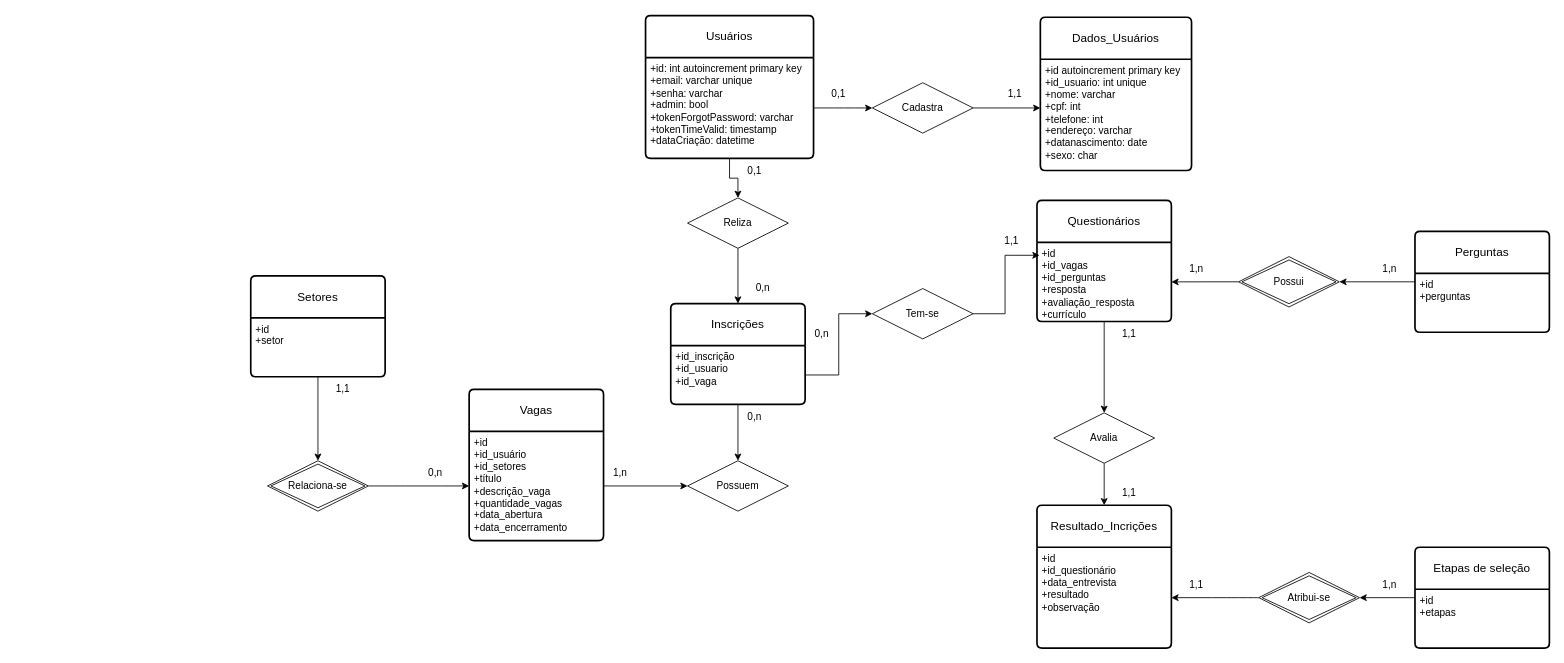
The draw.io diagram Diagrama Modelo Relacional.drawio in ExtraProjects860/Project-Selection-Process-Control, before the edit. Source tidied: cells renumbered, new cells numbered last; positions are measured from the earlier drawing's top-left corner, leaving out a move shared by most shapes. Both pictures are drawn from the tidied source at 84%, with x=0, y=0 at pixel (250, 15).
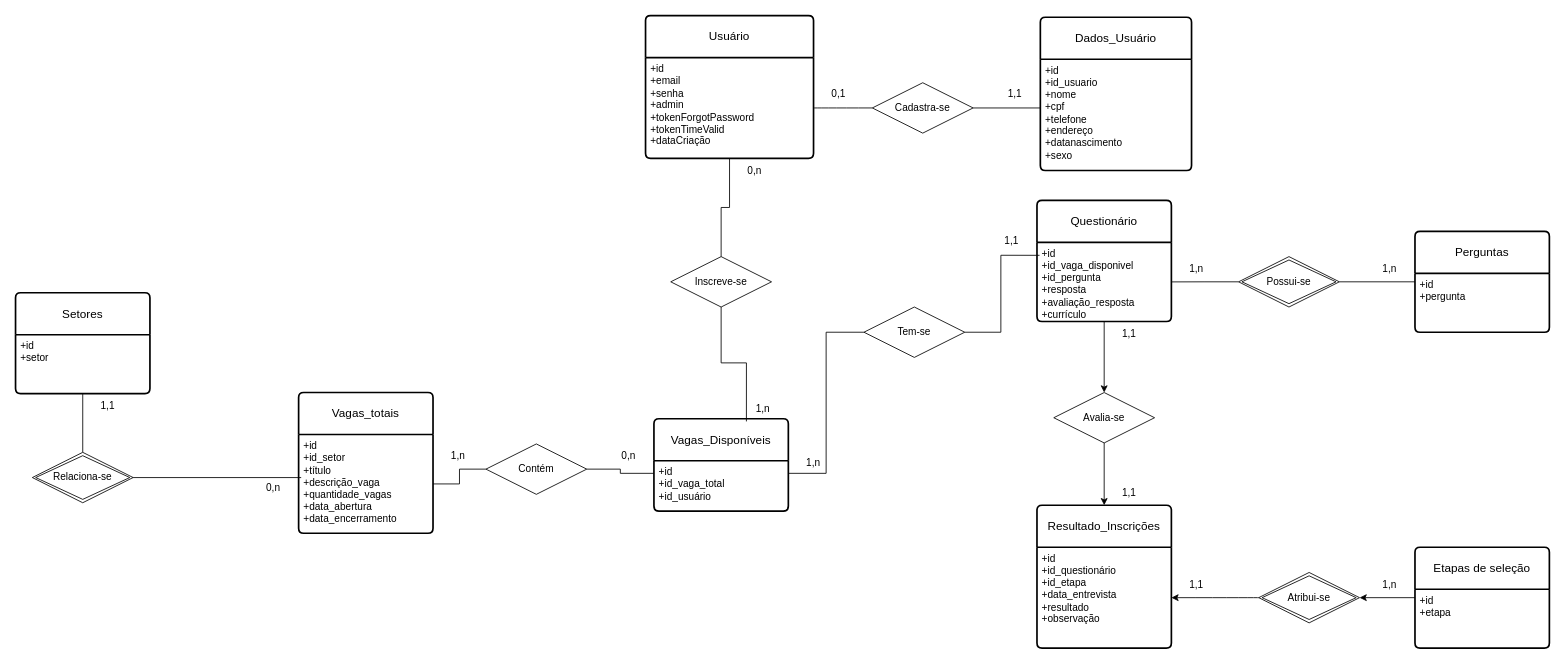
Above is the later version.

The change refers to these unchanged cells:
```xml
<mxCell id="7" value="Etapas de seleção" style="swimlane;horizontal=1;startSize=50;rounded=1;fontSize=14;fontStyle=0;strokeWidth=2;shadow=0;dashed=0;align=center;arcSize=4;whiteSpace=wrap;html=1;" parent="1" vertex="1">
  <mxGeometry x="1386" y="633" width="160" height="120" as="geometry" />
</mxCell>
<mxCell id="10" value="+id&lt;br&gt;&lt;div&gt;+setor&lt;/div&gt;" style="align=left;strokeColor=none;fillColor=none;spacingLeft=4;fontSize=12;verticalAlign=top;html=1;" parent="9" vertex="1">
  <mxGeometry y="50" width="160" height="70" as="geometry" />
</mxCell>
<mxCell id="20" value="Perguntas" style="swimlane;horizontal=1;startSize=50;rounded=1;fontSize=14;fontStyle=0;strokeWidth=2;shadow=0;dashed=0;align=center;arcSize=4;whiteSpace=wrap;html=1;" parent="1" vertex="1">
  <mxGeometry x="1386" y="257" width="160" height="120" as="geometry" />
</mxCell>
```

What changed in the source:
```diff
@@
-    <mxCell id="2" value="Usuários" style="swimlane;horizontal=1;startSize=50;rounded=1;fontSize=14;fontStyle=0;strokeWidth=2;shadow=0;dashed=0;align=center;arcSize=4;whiteSpace=wrap;html=1;" parent="1" vertex="1">
+    <mxCell id="2" value="Usuário" style="swimlane;horizontal=1;startSize=50;rounded=1;fontSize=14;fontStyle=0;strokeWidth=2;shadow=0;dashed=0;align=center;arcSize=4;whiteSpace=wrap;html=1;" parent="1" vertex="1">
       <mxGeometry x="470" width="200" height="170" as="geometry" />
     </mxCell>
-    <mxCell id="3" value="+id: int autoincrement primary key&lt;br&gt;+email: varchar unique&lt;br&gt;+senha: varchar&lt;div&gt;+admin: bool&lt;/div&gt;&lt;div&gt;+tokenForgotPassword: varchar&lt;/div&gt;&lt;div&gt;+tokenTimeValid: timestamp&lt;/div&gt;&lt;div&gt;+dataCriação: datetime&lt;/div&gt;" style="align=left;strokeColor=none;fillColor=none;spacingLeft=4;fontSize=12;verticalAlign=top;html=1;" parent="2" vertex="1">
+    <mxCell id="3" value="+id&lt;br&gt;+email&lt;br&gt;+senha&lt;div&gt;+admin&lt;/div&gt;&lt;div&gt;+tokenForgotPassword&lt;/div&gt;&lt;div&gt;+tokenTimeValid&lt;/div&gt;&lt;div&gt;+dataCriação&lt;/div&gt;" style="align=left;strokeColor=none;fillColor=none;spacingLeft=4;fontSize=12;verticalAlign=top;html=1;" parent="2" vertex="1">
       <mxGeometry y="50" width="200" height="120" as="geometry" />
     </mxCell>
-    <mxCell id="4" value="Dados_Usuários" style="swimlane;horizontal=1;startSize=50;rounded=1;fontSize=14;fontStyle=0;strokeWidth=2;shadow=0;dashed=0;align=center;arcSize=4;whiteSpace=wrap;html=1;" parent="1" vertex="1">
+    <mxCell id="4" value="Dados_Usuário" style="swimlane;horizontal=1;startSize=50;rounded=1;fontSize=14;fontStyle=0;strokeWidth=2;shadow=0;dashed=0;align=center;arcSize=4;whiteSpace=wrap;html=1;" parent="1" vertex="1">
       <mxGeometry x="940" y="2" width="180" height="182.5" as="geometry" />
     </mxCell>
-    <mxCell id="5" value="&lt;div&gt;+id&amp;nbsp;&lt;span style=&quot;background-color: initial;&quot;&gt;autoincrement primary key&lt;/span&gt;&lt;/div&gt;&lt;div&gt;+id_usuario: int unique&lt;/div&gt;+nome: varchar&lt;div&gt;+cpf: int&lt;br&gt;&lt;div&gt;+telefone: int&lt;/div&gt;&lt;div&gt;+endereço: varchar&lt;/div&gt;&lt;div&gt;+datanascimento: date&lt;/div&gt;&lt;/div&gt;&lt;div&gt;+sexo: char&lt;/div&gt;" style="align=left;strokeColor=none;fillColor=none;spacingLeft=4;fontSize=12;verticalAlign=top;html=1;" parent="4" vertex="1">
+    <mxCell id="5" value="&lt;div&gt;+id&lt;/div&gt;&lt;div&gt;+id_usuario&lt;/div&gt;+nome&lt;div&gt;+cpf&lt;br&gt;&lt;div&gt;+telefone&lt;/div&gt;&lt;div&gt;+endereço&lt;/div&gt;&lt;div&gt;+datanascimento&lt;/div&gt;&lt;/div&gt;&lt;div&gt;+sexo&lt;/div&gt;" style="align=left;strokeColor=none;fillColor=none;spacingLeft=4;fontSize=12;verticalAlign=top;html=1;" parent="4" vertex="1">
       <mxGeometry y="50" width="180" height="132.5" as="geometry" />
     </mxCell>
@@
-    <mxCell id="8" value="+id&lt;br&gt;+etapas" style="align=left;strokeColor=none;fillColor=none;spacingLeft=4;fontSize=12;verticalAlign=top;html=1;" parent="7" vertex="1">
+    <mxCell id="8" value="+id&lt;br&gt;+etapa" style="align=left;strokeColor=none;fillColor=none;spacingLeft=4;fontSize=12;verticalAlign=top;html=1;" parent="7" vertex="1">
       <mxGeometry y="50" width="160" height="70" as="geometry" />
     </mxCell>
     <mxCell id="9" value="Setores" style="swimlane;horizontal=1;startSize=50;rounded=1;fontSize=14;fontStyle=0;strokeWidth=2;shadow=0;dashed=0;align=center;arcSize=4;whiteSpace=wrap;html=1;" parent="1" vertex="1">
-      <mxGeometry y="310" width="160" height="120" as="geometry" />
+      <mxGeometry x="-280" y="330" width="160" height="120" as="geometry" />
     </mxCell>
@@
-    <mxCell id="11" value="Vagas" style="swimlane;horizontal=1;startSize=50;rounded=1;fontSize=14;fontStyle=0;strokeWidth=2;shadow=0;dashed=0;align=center;arcSize=4;whiteSpace=wrap;html=1;" parent="1" vertex="1">
-      <mxGeometry x="260" y="445" width="160" height="180" as="geometry" />
+    <mxCell id="11" value="Vagas_Disponíveis" style="swimlane;horizontal=1;startSize=50;rounded=1;fontSize=14;fontStyle=0;strokeWidth=2;shadow=0;dashed=0;align=center;arcSize=4;whiteSpace=wrap;html=1;" parent="1" vertex="1">
+      <mxGeometry x="480" y="480" width="160" height="110" as="geometry" />
     </mxCell>
-    <mxCell id="12" value="+id&lt;div&gt;+id_usuário&lt;br&gt;&lt;div&gt;+id_setores&lt;/div&gt;&lt;div&gt;+título&lt;/div&gt;&lt;div&gt;+descrição_vaga&lt;/div&gt;&lt;div&gt;+quantidade_vagas&lt;/div&gt;&lt;div&gt;+data_abertura&lt;/div&gt;&lt;div&gt;+data_encerramento&lt;/div&gt;&lt;/div&gt;" style="align=left;strokeColor=none;fillColor=none;spacingLeft=4;fontSize=12;verticalAlign=top;html=1;" parent="11" vertex="1">
-      <mxGeometry y="50" width="160" height="130" as="geometry" />
+    <mxCell id="12" value="+id&lt;div&gt;+id_vaga_total&lt;br&gt;&lt;div&gt;+id_usuário&lt;br&gt;&lt;div&gt;&lt;br&gt;&lt;/div&gt;&lt;/div&gt;&lt;/div&gt;" style="align=left;strokeColor=none;fillColor=none;spacingLeft=4;fontSize=12;verticalAlign=top;html=1;" parent="11" vertex="1">
+      <mxGeometry y="50" width="160" height="60" as="geometry" />
     </mxCell>
-    <mxCell id="13" value="Resultado_Incrições" style="swimlane;horizontal=1;startSize=50;rounded=1;fontSize=14;fontStyle=0;strokeWidth=2;shadow=0;dashed=0;align=center;arcSize=4;whiteSpace=wrap;html=1;" parent="1" vertex="1">
+    <mxCell id="13" value="Resultado_Inscrições" style="swimlane;horizontal=1;startSize=50;rounded=1;fontSize=14;fontStyle=0;strokeWidth=2;shadow=0;dashed=0;align=center;arcSize=4;whiteSpace=wrap;html=1;" parent="1" vertex="1">
       <mxGeometry x="936" y="583" width="160" height="170" as="geometry" />
     </mxCell>
-    <mxCell id="14" value="+id&lt;div&gt;+id_questionário&lt;/div&gt;&lt;div&gt;&lt;span style=&quot;background-color: initial;&quot;&gt;+data_entrevista&lt;/span&gt;&lt;/div&gt;&lt;div&gt;&lt;span style=&quot;background-color: initial;&quot;&gt;+resultado&lt;/span&gt;&lt;/div&gt;&lt;div&gt;+observação&lt;/div&gt;" style="align=left;strokeColor=none;fillColor=none;spacingLeft=4;fontSize=12;verticalAlign=top;html=1;" parent="13" vertex="1">
+    <mxCell id="14" value="+id&lt;div&gt;+id_questionário&lt;/div&gt;&lt;div&gt;+id_etapa&lt;/div&gt;&lt;div&gt;&lt;span style=&quot;background-color: initial;&quot;&gt;+data_entrevista&lt;/span&gt;&lt;/div&gt;&lt;div&gt;&lt;span style=&quot;background-color: initial;&quot;&gt;+resultado&lt;/span&gt;&lt;/div&gt;&lt;div&gt;+observação&lt;/div&gt;" style="align=left;strokeColor=none;fillColor=none;spacingLeft=4;fontSize=12;verticalAlign=top;html=1;" parent="13" vertex="1">
       <mxGeometry y="50" width="160" height="120" as="geometry" />
     </mxCell>
-    <mxCell id="15" style="edgeStyle=orthogonalEdgeStyle;rounded=0;jettySize=auto;html=1;curved=1;" parent="1" edge="1" source="23" target="12">
-      <mxGeometry relative="1" as="geometry" />
-    </mxCell>
@@
-    <mxCell id="17" value="Questionários" style="swimlane;horizontal=1;startSize=50;rounded=1;fontSize=14;fontStyle=0;strokeWidth=2;shadow=0;dashed=0;align=center;arcSize=4;whiteSpace=wrap;html=1;" parent="1" vertex="1">
+    <mxCell id="17" value="Questionário" style="swimlane;horizontal=1;startSize=50;rounded=1;fontSize=14;fontStyle=0;strokeWidth=2;shadow=0;dashed=0;align=center;arcSize=4;whiteSpace=wrap;html=1;" parent="1" vertex="1">
       <mxGeometry x="936" y="220" width="160" height="144.2" as="geometry" />
     </mxCell>
-    <mxCell id="18" value="+id&lt;div&gt;+id_vagas&lt;br&gt;+id_perguntas&lt;/div&gt;&lt;div&gt;+resposta&lt;/div&gt;&lt;div&gt;+avaliação_resposta&lt;br&gt;&lt;div&gt;+currículo&lt;/div&gt;&lt;/div&gt;" style="align=left;strokeColor=none;fillColor=none;spacingLeft=4;fontSize=12;verticalAlign=top;html=1;" parent="17" vertex="1">
+    <mxCell id="18" value="+id&lt;div&gt;+id_vaga_disponivel&lt;br&gt;+id_pergunta&lt;/div&gt;&lt;div&gt;+resposta&lt;/div&gt;&lt;div&gt;+avaliação_resposta&lt;br&gt;&lt;div&gt;+currículo&lt;/div&gt;&lt;/div&gt;" style="align=left;strokeColor=none;fillColor=none;spacingLeft=4;fontSize=12;verticalAlign=top;html=1;" parent="17" vertex="1">
       <mxGeometry y="50" width="160" height="94.2" as="geometry" />
     </mxCell>
-    <mxCell id="19" style="edgeStyle=orthogonalEdgeStyle;rounded=0;jettySize=auto;html=1;" parent="1" edge="1" source="20" target="25">
+    <mxCell id="19" style="edgeStyle=orthogonalEdgeStyle;rounded=0;jettySize=auto;html=1;endArrow=none;endFill=0;" parent="1" edge="1" source="20" target="25">
       <mxGeometry relative="1" as="geometry" />
     </mxCell>
@@
-    <mxCell id="21" value="+id&lt;br&gt;+perguntas&lt;div&gt;&lt;br/&gt;&lt;/div&gt;" style="align=left;strokeColor=none;fillColor=none;spacingLeft=4;fontSize=12;verticalAlign=top;html=1;" parent="20" vertex="1">
+    <mxCell id="21" value="+id&lt;br&gt;+pergunta&lt;div&gt;&lt;br&gt;&lt;/div&gt;" style="align=left;strokeColor=none;fillColor=none;spacingLeft=4;fontSize=12;verticalAlign=top;html=1;" parent="20" vertex="1">
       <mxGeometry y="50" width="160" height="70" as="geometry" />
     </mxCell>
-    <mxCell id="22" style="edgeStyle=orthogonalEdgeStyle;rounded=0;jettySize=auto;html=1;" parent="1" edge="1" source="10" target="23">
+    <mxCell id="22" style="edgeStyle=orthogonalEdgeStyle;rounded=0;jettySize=auto;html=1;endArrow=none;endFill=0;" parent="1" edge="1" source="10" target="23">
       <mxGeometry relative="1" as="geometry" />
     </mxCell>
     <mxCell id="23" value="Relaciona-se" style="shape=rhombus;double=1;perimeter=rhombusPerimeter;whiteSpace=wrap;html=1;align=center;" parent="1" vertex="1">
-      <mxGeometry x="20" y="530" width="120" height="60" as="geometry" />
+      <mxGeometry x="-260" y="520" width="120" height="60" as="geometry" />
     </mxCell>
-    <mxCell id="24" style="edgeStyle=orthogonalEdgeStyle;rounded=0;jettySize=auto;html=1;" parent="1" edge="1" source="25" target="18">
+    <mxCell id="24" style="edgeStyle=orthogonalEdgeStyle;rounded=0;jettySize=auto;html=1;endArrow=none;endFill=0;" parent="1" edge="1" source="25" target="18">
       <mxGeometry relative="1" as="geometry" />
     </mxCell>
-    <mxCell id="25" value="Possui" style="shape=rhombus;double=1;perimeter=rhombusPerimeter;whiteSpace=wrap;html=1;align=center;" parent="1" vertex="1">
+    <mxCell id="25" value="Possui-se" style="shape=rhombus;double=1;perimeter=rhombusPerimeter;whiteSpace=wrap;html=1;align=center;" parent="1" vertex="1">
       <mxGeometry x="1176" y="287" width="120" height="60" as="geometry" />
     </mxCell>
@@
-    <mxCell id="27" value="Cadastra" style="shape=rhombus;perimeter=rhombusPerimeter;whiteSpace=wrap;html=1;align=center;" parent="1" vertex="1">
+    <mxCell id="27" value="Cadastra-se" style="shape=rhombus;perimeter=rhombusPerimeter;whiteSpace=wrap;html=1;align=center;" parent="1" vertex="1">
       <mxGeometry x="740" y="80" width="120" height="60" as="geometry" />
     </mxCell>
-    <mxCell id="28" style="edgeStyle=orthogonalEdgeStyle;rounded=0;jettySize=auto;html=1;entryX=0;entryY=0.5;entryDx=0;entryDy=0;curved=1;" parent="1" edge="1" source="3" target="27">
+    <mxCell id="28" style="edgeStyle=orthogonalEdgeStyle;rounded=0;jettySize=auto;html=1;entryX=0;entryY=0.5;entryDx=0;entryDy=0;curved=1;endArrow=none;endFill=0;" parent="1" edge="1" source="3" target="27">
       <mxGeometry relative="1" as="geometry" />
     </mxCell>
@@
-    <mxCell id="31" style="edgeStyle=orthogonalEdgeStyle;rounded=0;jettySize=auto;html=1;entryX=0;entryY=0.438;entryDx=0;entryDy=0;entryPerimeter=0;" parent="1" edge="1" source="27" target="5">
+    <mxCell id="31" style="edgeStyle=orthogonalEdgeStyle;rounded=0;jettySize=auto;html=1;entryX=0;entryY=0.438;entryDx=0;entryDy=0;entryPerimeter=0;endArrow=none;endFill=0;" parent="1" edge="1" source="27" target="5">
       <mxGeometry relative="1" as="geometry" />
     </mxCell>
     <mxCell id="32" value="0,n" style="text;html=1;align=center;verticalAlign=middle;whiteSpace=wrap;rounded=0;" parent="1" vertex="1">
-      <mxGeometry x="570" y="462.9" width="60" height="30" as="geometry" />
+      <mxGeometry x="570" y="170" width="60" height="30" as="geometry" />
     </mxCell>
+    <mxCell id="60" style="edgeStyle=orthogonalEdgeStyle;rounded=0;jettySize=auto;html=1;entryX=1;entryY=0.25;entryDx=0;entryDy=0;endArrow=none;endFill=0;" parent="1" edge="1" source="33" target="12">
+      <mxGeometry relative="1" as="geometry" />
+    </mxCell>
     <mxCell id="33" value="Tem-se" style="shape=rhombus;perimeter=rhombusPerimeter;whiteSpace=wrap;html=1;align=center;" parent="1" vertex="1">
-      <mxGeometry x="740" y="325" width="120" height="60" as="geometry" />
+      <mxGeometry x="730" y="347" width="120" height="60" as="geometry" />
     </mxCell>
-    <mxCell id="34" style="edgeStyle=orthogonalEdgeStyle;rounded=0;jettySize=auto;html=1;entryX=0.019;entryY=0.164;entryDx=0;entryDy=0;entryPerimeter=0;" parent="1" edge="1" source="33" target="18">
+    <mxCell id="34" style="edgeStyle=orthogonalEdgeStyle;rounded=0;jettySize=auto;html=1;entryX=0.019;entryY=0.164;entryDx=0;entryDy=0;entryPerimeter=0;endArrow=none;endFill=0;" parent="1" edge="1" source="33" target="18">
       <mxGeometry relative="1" as="geometry" />
     </mxCell>
@@
-    <mxCell id="36" value="Avalia" style="shape=rhombus;perimeter=rhombusPerimeter;whiteSpace=wrap;html=1;align=center;" parent="1" vertex="1">
-      <mxGeometry x="956" y="473" width="120" height="60" as="geometry" />
+    <mxCell id="36" value="Avalia-se" style="shape=rhombus;perimeter=rhombusPerimeter;whiteSpace=wrap;html=1;align=center;" parent="1" vertex="1">
+      <mxGeometry x="956" y="448.8" width="120" height="60" as="geometry" />
     </mxCell>
@@
     <mxCell id="39" value="1,1" style="text;html=1;align=center;verticalAlign=middle;whiteSpace=wrap;rounded=0;" parent="1" vertex="1">
-      <mxGeometry x="80" y="430" width="60" height="30" as="geometry" />
+      <mxGeometry x="-200" y="450" width="60" height="30" as="geometry" />
     </mxCell>
-    <mxCell id="40" value="0,n" style="text;html=1;align=center;verticalAlign=middle;whiteSpace=wrap;rounded=0;" parent="1" vertex="1">
-      <mxGeometry x="190" y="530" width="60" height="30" as="geometry" />
-    </mxCell>
@@
-    <mxCell id="47" value="Inscrições" style="swimlane;horizontal=1;startSize=50;rounded=1;fontSize=14;fontStyle=0;strokeWidth=2;shadow=0;dashed=0;align=center;arcSize=4;whiteSpace=wrap;html=1;" parent="1" vertex="1">
-      <mxGeometry x="500" y="342.9" width="160" height="120" as="geometry" />
-    </mxCell>
-    <mxCell id="48" value="&lt;div&gt;+id_inscrição&lt;/div&gt;+id_usuario&lt;br&gt;+id_vaga&lt;div&gt;&lt;br&gt;&lt;/div&gt;" style="align=left;strokeColor=none;fillColor=none;spacingLeft=4;fontSize=12;verticalAlign=top;html=1;" parent="47" vertex="1">
-      <mxGeometry y="50" width="160" height="70" as="geometry" />
-    </mxCell>
-    <mxCell id="49" value="Possuem" style="shape=rhombus;perimeter=rhombusPerimeter;whiteSpace=wrap;html=1;align=center;" parent="1" vertex="1">
-      <mxGeometry x="520" y="530" width="120" height="60" as="geometry" />
-    </mxCell>
-    <mxCell id="50" style="edgeStyle=orthogonalEdgeStyle;rounded=0;jettySize=auto;html=1;entryX=0;entryY=0.5;entryDx=0;entryDy=0;" parent="1" edge="1" source="48" target="33">
-      <mxGeometry relative="1" as="geometry" />
-    </mxCell>
-    <mxCell id="51" style="edgeStyle=orthogonalEdgeStyle;rounded=0;jettySize=auto;html=1;" parent="1" edge="1" source="12" target="49">
-      <mxGeometry relative="1" as="geometry" />
-    </mxCell>
-    <mxCell id="52" style="edgeStyle=orthogonalEdgeStyle;rounded=0;jettySize=auto;html=1;" parent="1" edge="1" source="48" target="49">
-      <mxGeometry relative="1" as="geometry" />
-    </mxCell>
-    <mxCell id="53" value="0,1" style="text;html=1;align=center;verticalAlign=middle;whiteSpace=wrap;rounded=0;" parent="1" vertex="1">
-      <mxGeometry x="570" y="170" width="60" height="30" as="geometry" />
-    </mxCell>
-    <mxCell id="54" value="1,n" style="text;html=1;align=center;verticalAlign=middle;whiteSpace=wrap;rounded=0;" parent="1" vertex="1">
-      <mxGeometry x="410" y="530" width="60" height="30" as="geometry" />
-    </mxCell>
-    <mxCell id="55" style="edgeStyle=orthogonalEdgeStyle;rounded=0;jettySize=auto;html=1;" parent="1" edge="1" source="3" target="57">
-      <mxGeometry relative="1" as="geometry" />
-    </mxCell>
-    <mxCell id="56" style="edgeStyle=orthogonalEdgeStyle;rounded=0;jettySize=auto;html=1;entryX=0.5;entryY=0;entryDx=0;entryDy=0;" parent="1" edge="1" source="57" target="47">
-      <mxGeometry relative="1" as="geometry" />
-    </mxCell>
-    <mxCell id="57" value="Reliza" style="shape=rhombus;perimeter=rhombusPerimeter;whiteSpace=wrap;html=1;align=center;" parent="1" vertex="1">
-      <mxGeometry x="520" y="217.1" width="120" height="60" as="geometry" />
-    </mxCell>
-    <mxCell id="58" value="0,n" style="text;html=1;align=center;verticalAlign=middle;whiteSpace=wrap;rounded=0;" parent="1" vertex="1">
-      <mxGeometry x="650" y="364.2" width="60" height="30" as="geometry" />
-    </mxCell>
-    <mxCell id="59" value="0,n" style="text;html=1;align=center;verticalAlign=middle;whiteSpace=wrap;rounded=0;" parent="1" vertex="1">
-      <mxGeometry x="580" y="310" width="60" height="30" as="geometry" />
-    </mxCell>
+    <mxCell id="61" value="Inscreve-se" style="shape=rhombus;perimeter=rhombusPerimeter;whiteSpace=wrap;html=1;align=center;" parent="1" vertex="1">
+      <mxGeometry x="500" y="287" width="120" height="60" as="geometry" />
+    </mxCell>
+    <mxCell id="62" style="edgeStyle=orthogonalEdgeStyle;rounded=0;jettySize=auto;html=1;entryX=0.688;entryY=0.029;entryDx=0;entryDy=0;entryPerimeter=0;endArrow=none;endFill=0;" parent="1" edge="1" source="61" target="11">
+      <mxGeometry relative="1" as="geometry" />
+    </mxCell>
+    <mxCell id="63" style="edgeStyle=orthogonalEdgeStyle;rounded=0;jettySize=auto;html=1;endArrow=none;endFill=0;" parent="1" edge="1" source="3" target="61">
+      <mxGeometry relative="1" as="geometry" />
+    </mxCell>
+    <mxCell id="64" value="1,n" style="text;html=1;align=center;verticalAlign=middle;whiteSpace=wrap;rounded=0;" parent="1" vertex="1">
+      <mxGeometry x="580" y="452.5" width="60" height="30" as="geometry" />
+    </mxCell>
+    <mxCell id="65" value="Vagas_totais" style="swimlane;horizontal=1;startSize=50;rounded=1;fontSize=14;fontStyle=0;strokeWidth=2;shadow=0;dashed=0;align=center;arcSize=4;whiteSpace=wrap;html=1;" parent="1" vertex="1">
+      <mxGeometry x="57" y="448.8" width="160" height="167.5" as="geometry" />
+    </mxCell>
+    <mxCell id="66" value="&lt;div&gt;+id&lt;/div&gt;&lt;div&gt;+id_setor&lt;/div&gt;&lt;div&gt;+título&lt;/div&gt;&lt;div&gt;+descrição_vaga&lt;/div&gt;&lt;div&gt;+quantidade_vagas&lt;/div&gt;&lt;div&gt;+data_abertura&lt;/div&gt;&lt;div&gt;+data_encerramento&lt;/div&gt;" style="align=left;strokeColor=none;fillColor=none;spacingLeft=4;fontSize=12;verticalAlign=top;html=1;" parent="65" vertex="1">
+      <mxGeometry y="50" width="160" height="117.5" as="geometry" />
+    </mxCell>
+    <mxCell id="67" style="edgeStyle=orthogonalEdgeStyle;rounded=0;jettySize=auto;html=1;entryX=0.019;entryY=0.436;entryDx=0;entryDy=0;entryPerimeter=0;endArrow=none;endFill=0;" parent="1" edge="1" source="23" target="66">
+      <mxGeometry relative="1" as="geometry" />
+    </mxCell>
+    <mxCell id="68" value="1,n" style="text;html=1;align=center;verticalAlign=middle;whiteSpace=wrap;rounded=0;" parent="1" vertex="1">
+      <mxGeometry x="217" y="510" width="60" height="30" as="geometry" />
+    </mxCell>
+    <mxCell id="69" style="edgeStyle=orthogonalEdgeStyle;rounded=0;jettySize=auto;html=1;endArrow=none;endFill=0;" parent="1" edge="1" source="71" target="66">
+      <mxGeometry relative="1" as="geometry" />
+    </mxCell>
+    <mxCell id="70" style="edgeStyle=orthogonalEdgeStyle;rounded=0;jettySize=auto;html=1;entryX=0;entryY=0.25;entryDx=0;entryDy=0;endArrow=none;endFill=0;" parent="1" edge="1" source="71" target="12">
+      <mxGeometry relative="1" as="geometry" />
+    </mxCell>
+    <mxCell id="71" value="Contém" style="shape=rhombus;perimeter=rhombusPerimeter;whiteSpace=wrap;html=1;align=center;" parent="1" vertex="1">
+      <mxGeometry x="280" y="510" width="120" height="60" as="geometry" />
+    </mxCell>
+    <mxCell id="72" value="0,n" style="text;html=1;align=center;verticalAlign=middle;whiteSpace=wrap;rounded=0;" parent="1" vertex="1">
+      <mxGeometry x="420" y="510" width="60" height="30" as="geometry" />
+    </mxCell>
+    <mxCell id="73" value="0,n" style="text;html=1;align=center;verticalAlign=middle;whiteSpace=wrap;rounded=0;" parent="1" vertex="1">
+      <mxGeometry x="-3" y="547.5" width="60" height="30" as="geometry" />
+    </mxCell>
+    <mxCell id="74" value="1,n" style="text;html=1;align=center;verticalAlign=middle;whiteSpace=wrap;rounded=0;" parent="1" vertex="1">
+      <mxGeometry x="640" y="517.5" width="60" height="30" as="geometry" />
+    </mxCell>
```
